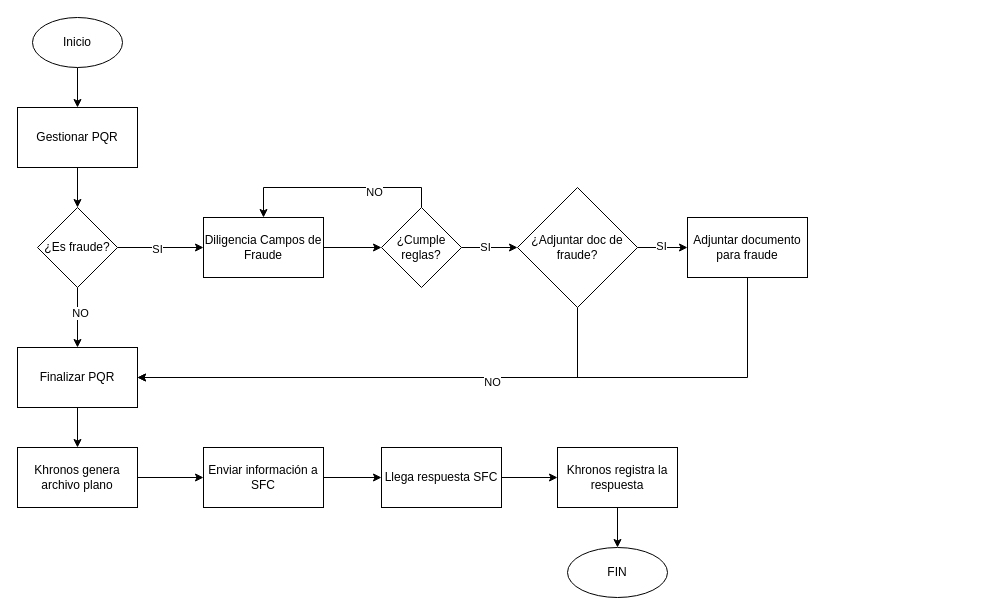
Before: page "Página-2" (2 of 3) of Khronos.drawio in PLATYPUSCO007/DRAWIO, a draw.io diagram. Source tidied: cells renumbered, new cells numbered last; positions are measured from the earlier drawing's top-left corner, leaving out a move shared by most shapes. Both pictures are drawn from the tidied source at 100%, with x=0, y=0 at pixel (17, 17).
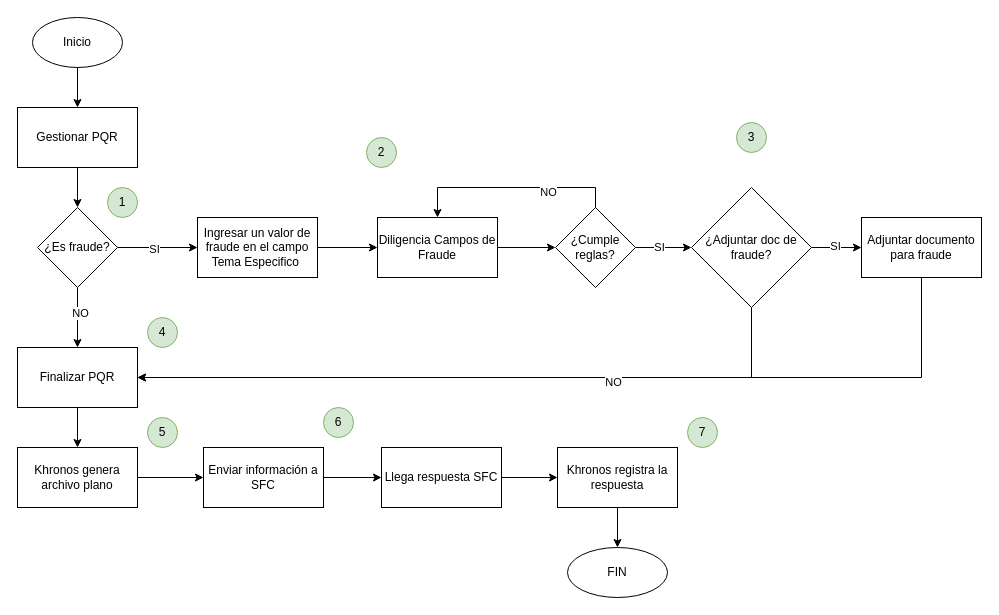
The same page after the edit.

The change refers to these unchanged cells:
```xml
<mxCell id="12" value="¿Es fraude?" style="rhombus;whiteSpace=wrap;html=1;" parent="1" vertex="1">
  <mxGeometry x="20" y="190" width="80" height="80" as="geometry" />
</mxCell>
```

Diff of the diagram source:
```diff
@@
     <mxCell id="7" value="Diligencia Campos de Fraude" style="rounded=0;whiteSpace=wrap;html=1;" parent="1" vertex="1">
-      <mxGeometry x="186" y="200" width="120" height="60" as="geometry" />
+      <mxGeometry x="360" y="200" width="120" height="60" as="geometry" />
     </mxCell>
-    <mxCell id="8" style="edgeStyle=orthogonalEdgeStyle;rounded=0;jettySize=auto;html=1;exitX=1;exitY=0.5;exitDx=0;exitDy=0;entryX=0;entryY=0.5;entryDx=0;entryDy=0;" parent="1" edge="1" source="12" target="7">
+    <mxCell id="8" style="edgeStyle=orthogonalEdgeStyle;rounded=0;jettySize=auto;html=1;exitX=1;exitY=0.5;exitDx=0;exitDy=0;entryX=0;entryY=0.5;entryDx=0;entryDy=0;" parent="1" edge="1" source="37" target="7">
       <mxGeometry relative="1" as="geometry" />
     </mxCell>
-    <mxCell id="9" value="SI" style="edgeLabel;html=1;align=center;verticalAlign=middle;" parent="8" vertex="1">
-      <mxGeometry x="-0.09" y="-1" relative="1" as="geometry" />
-    </mxCell>
@@
     <mxCell id="17" value="¿Cumple reglas?" style="rhombus;whiteSpace=wrap;html=1;" parent="1" vertex="1">
-      <mxGeometry x="364" y="190" width="80" height="80" as="geometry" />
+      <mxGeometry x="538" y="190" width="80" height="80" as="geometry" />
     </mxCell>
@@
     <mxCell id="19" value="Adjuntar documento para fraude" style="rounded=0;whiteSpace=wrap;html=1;" parent="1" vertex="1">
-      <mxGeometry x="670" y="200" width="120" height="60" as="geometry" />
+      <mxGeometry x="844" y="200" width="120" height="60" as="geometry" />
     </mxCell>
@@
     <mxCell id="24" value="¿Adjuntar doc de fraude?" style="rhombus;whiteSpace=wrap;html=1;" parent="1" vertex="1">
-      <mxGeometry x="500" y="170" width="120" height="120" as="geometry" />
+      <mxGeometry x="674" y="170" width="120" height="120" as="geometry" />
     </mxCell>
@@
+    <mxCell id="36" style="edgeStyle=orthogonalEdgeStyle;rounded=0;jettySize=auto;html=1;exitX=1;exitY=0.5;exitDx=0;exitDy=0;entryX=0;entryY=0.5;entryDx=0;entryDy=0;" parent="1" edge="1" source="12" target="37">
+      <mxGeometry relative="1" as="geometry" />
+    </mxCell>
+    <mxCell id="9" value="SI" style="edgeLabel;html=1;align=center;verticalAlign=middle;" parent="36" vertex="1">
+      <mxGeometry x="-0.09" y="-1" relative="1" as="geometry" />
+    </mxCell>
+    <mxCell id="37" value="Ingresar un valor de fraude en el campo Tema Especifico&amp;nbsp;" style="rounded=0;whiteSpace=wrap;html=1;" parent="1" vertex="1">
+      <mxGeometry x="180" y="200" width="120" height="60" as="geometry" />
+    </mxCell>
+    <mxCell id="38" value="1" style="ellipse;whiteSpace=wrap;html=1;fillColor=#d5e8d4;strokeColor=#82b366;" parent="1" vertex="1">
+      <mxGeometry x="90" y="170" width="30" height="30" as="geometry" />
+    </mxCell>
+    <mxCell id="39" value="2" style="ellipse;whiteSpace=wrap;html=1;fillColor=#d5e8d4;strokeColor=#82b366;" parent="1" vertex="1">
+      <mxGeometry x="349" y="120" width="30" height="30" as="geometry" />
+    </mxCell>
+    <mxCell id="40" value="3" style="ellipse;whiteSpace=wrap;html=1;fillColor=#d5e8d4;strokeColor=#82b366;" parent="1" vertex="1">
+      <mxGeometry x="719" y="105" width="30" height="30" as="geometry" />
+    </mxCell>
+    <mxCell id="41" value="4" style="ellipse;whiteSpace=wrap;html=1;fillColor=#d5e8d4;strokeColor=#82b366;" parent="1" vertex="1">
+      <mxGeometry x="130" y="300" width="30" height="30" as="geometry" />
+    </mxCell>
+    <mxCell id="42" value="5" style="ellipse;whiteSpace=wrap;html=1;fillColor=#d5e8d4;strokeColor=#82b366;" parent="1" vertex="1">
+      <mxGeometry x="130" y="400" width="30" height="30" as="geometry" />
+    </mxCell>
+    <mxCell id="43" value="6" style="ellipse;whiteSpace=wrap;html=1;fillColor=#d5e8d4;strokeColor=#82b366;" parent="1" vertex="1">
+      <mxGeometry x="306" y="390" width="30" height="30" as="geometry" />
+    </mxCell>
+    <mxCell id="44" value="7" style="ellipse;whiteSpace=wrap;html=1;fillColor=#d5e8d4;strokeColor=#82b366;" parent="1" vertex="1">
+      <mxGeometry x="670" y="400" width="30" height="30" as="geometry" />
+    </mxCell>
```
